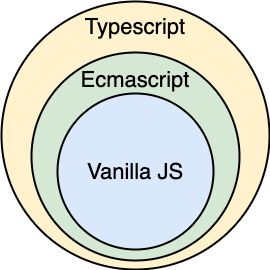
This is assets/images/typescript-superset.png from EduOrtegaDEV/EduOrtegaDEV.github.io, a draw.io export, as it was before one commit. Source tidied: cells renumbered, new cells last; positions are measured from the earlier drawing's top-left corner, leaving out a move shared by most shapes.
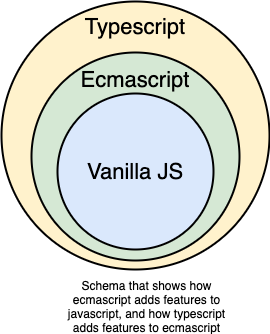
After the commit.

Diff of the diagram source:
```diff
@@ -11,5 +11,8 @@
     <mxCell id="4" value="&lt;font style=&quot;font-size: 22px&quot;&gt;Vanilla JS&lt;/font&gt;" style="ellipse;whiteSpace=wrap;html=1;fillColor=#dae8fc;strokeWidth=2;" parent="1" vertex="1">
       <mxGeometry x="56" y="92" width="156" height="156" as="geometry" />
     </mxCell>
+    <mxCell id="5" value="Schema that shows how ecmascript adds features to javascript, and how typescript adds features to ecmascript" style="text;html=1;strokeColor=none;fillColor=none;align=center;verticalAlign=middle;whiteSpace=wrap;rounded=0;" parent="1" vertex="1">
+      <mxGeometry x="58" y="295" width="175" height="20" as="geometry" />
+    </mxCell>
   </root>
 </mxGraphModel>
```
